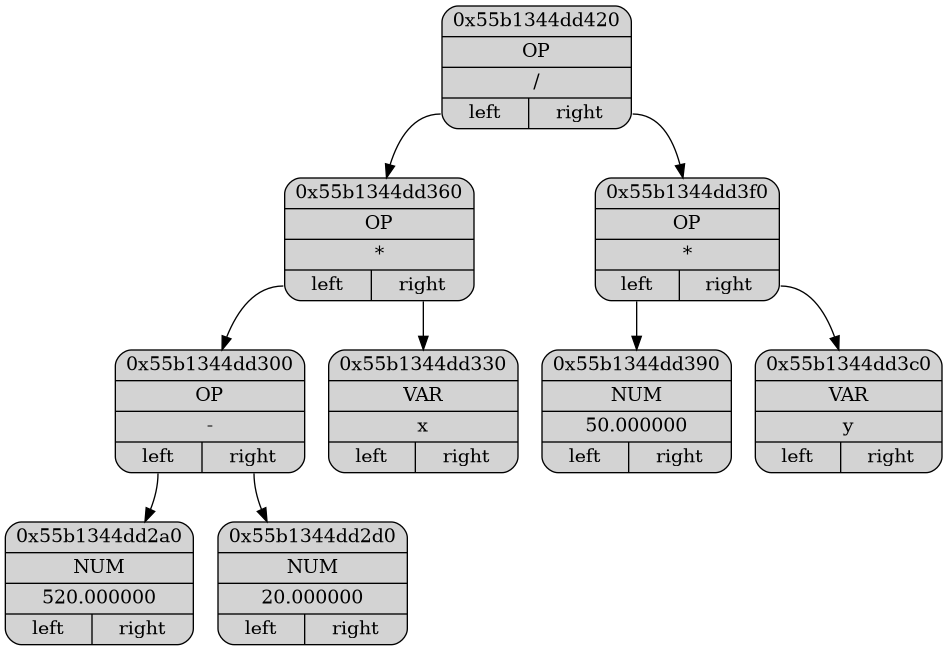
Before: Dump/dump.png, a diagram exported from Graphviz (ashqqy/Differentiation). Its source is kept beside it as Dump/dump.dot.
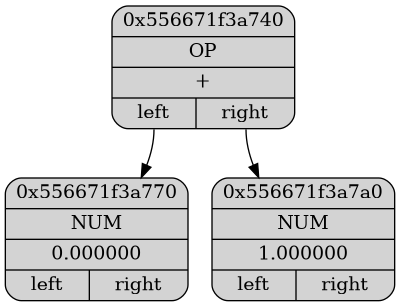
The same file after the commit.

The edit, as a diff of the source:
```diff
@@ -2,22 +2,10 @@
 {
 node[shape="record", style="rounded, filled"];
 
-p0x55b1344dd420[label = "{ <ptr> 0x55b1344dd420 |<type> OP | <data>/| { <l>left|<r>right } }"];
-p0x55b1344dd360[label = "{ <ptr> 0x55b1344dd360 |<type> OP | <data>*| { <l>left|<r>right } }"];
-p0x55b1344dd300[label = "{ <ptr> 0x55b1344dd300 |<type> OP | <data>-| { <l>left|<r>right } }"];
-p0x55b1344dd2a0[label = "{ <ptr> 0x55b1344dd2a0 |<type> NUM | <data>520.000000| { <l>left|<r>right } }"];
-p0x55b1344dd2d0[label = "{ <ptr> 0x55b1344dd2d0 |<type> NUM | <data>20.000000| { <l>left|<r>right } }"];
-p0x55b1344dd330[label = "{ <ptr> 0x55b1344dd330 |<type> VAR | <data>x| { <l>left|<r>right } }"];
-p0x55b1344dd3f0[label = "{ <ptr> 0x55b1344dd3f0 |<type> OP | <data>*| { <l>left|<r>right } }"];
-p0x55b1344dd390[label = "{ <ptr> 0x55b1344dd390 |<type> NUM | <data>50.000000| { <l>left|<r>right } }"];
-p0x55b1344dd3c0[label = "{ <ptr> 0x55b1344dd3c0 |<type> VAR | <data>y| { <l>left|<r>right } }"];
+p0x556671f3a740[label = "{ <ptr> 0x556671f3a740 |<type> OP | <data>+| { <l>left|<r>right } }"];
+p0x556671f3a770[label = "{ <ptr> 0x556671f3a770 |<type> NUM | <data>0.000000| { <l>left|<r>right } }"];
+p0x556671f3a7a0[label = "{ <ptr> 0x556671f3a7a0 |<type> NUM | <data>1.000000| { <l>left|<r>right } }"];
 
-p0x55b1344dd420:<l> -> p0x55b1344dd360
-p0x55b1344dd360:<l> -> p0x55b1344dd300
-p0x55b1344dd300:<l> -> p0x55b1344dd2a0
-p0x55b1344dd300:<r> -> p0x55b1344dd2d0
-p0x55b1344dd360:<r> -> p0x55b1344dd330
-p0x55b1344dd420:<r> -> p0x55b1344dd3f0
-p0x55b1344dd3f0:<l> -> p0x55b1344dd390
-p0x55b1344dd3f0:<r> -> p0x55b1344dd3c0
+p0x556671f3a740:<l> -> p0x556671f3a770
+p0x556671f3a740:<r> -> p0x556671f3a7a0
 }
```
